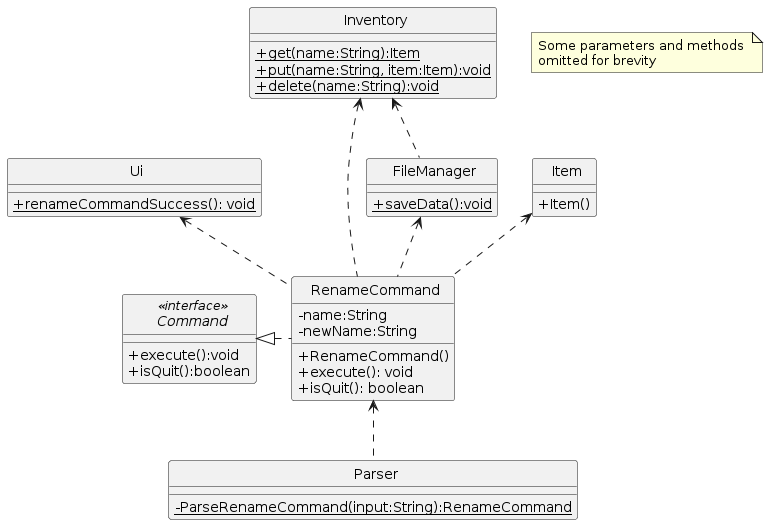
The PlantUML diagram docs/uml-diagrams/RenameCommandClass.png in rismm/tp, before a commit.
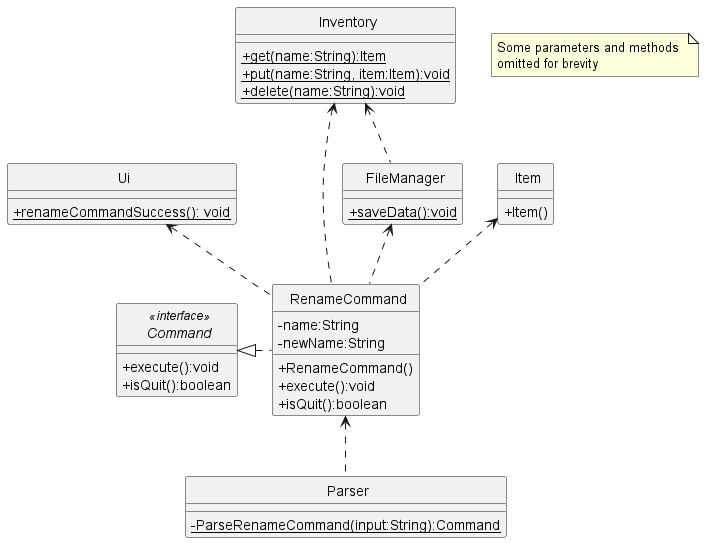
After the commit.

Change to the diagram source:
```diff
@@ -28,8 +28,8 @@
     -name:String
     -newName:String
     +RenameCommand()
-    +execute(): void
-    +isQuit(): boolean
+    +execute():void
+    +isQuit():boolean
 }
 
 class Item {
@@ -41,7 +41,7 @@
 }
 
 class Parser {
-    {static}-ParseRenameCommand(input:String):RenameCommand
+    {static}-ParseRenameCommand(input:String):Command
 }
 
 class Inventory {
@@ -55,4 +55,5 @@
 }
 
 note "Some parameters and methods \nomitted for brevity" as n1
+
 @enduml
```
